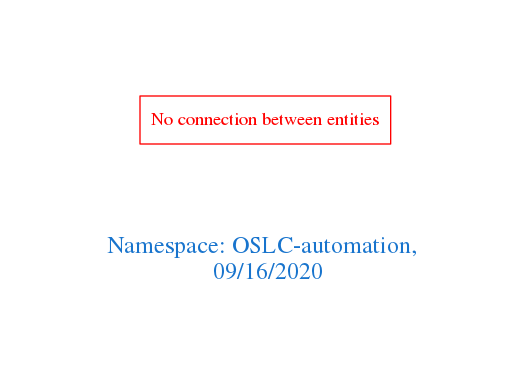
Above: downloads/OSLC-automation.png in arago/OGIT (Graphviz), before the change. Its source is kept beside it as downloads/OSLC-automation.dot.
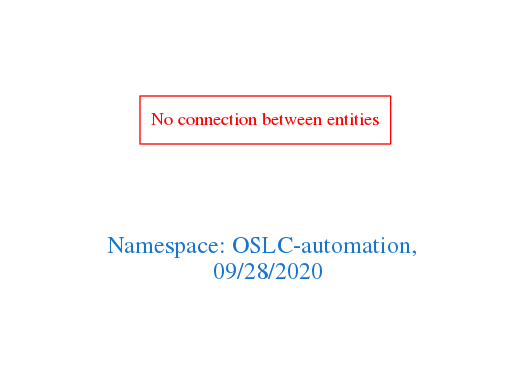
After the commit.

What changed in the source:
```diff
@@ -1,7 +1,7 @@
 digraph OGIT_ontology {
  graph [ rankdir= LR,pad=1
 fontsize = 18,
-fontcolor= dodgerblue3,label = "\n\n\nNamespace: OSLC-automation, \n 09/16/2020"];
+fontcolor= dodgerblue3,label = "\n\n\nNamespace: OSLC-automation, \n 09/28/2020"];
 node[shape=polygon];
 edge [  color="gray81"];
 
```
